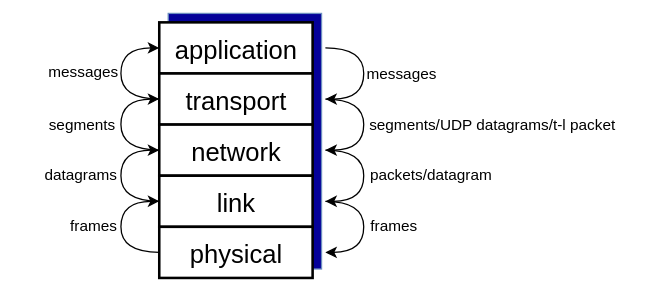
This is content/file/media public/internetProtocolStack.svg from learningDane/uninotes, a draw.io export, as it was before one commit. Source tidied: cells renumbered, new cells last; positions are measured from the earlier drawing's top-left corner, leaving out a move shared by most shapes.
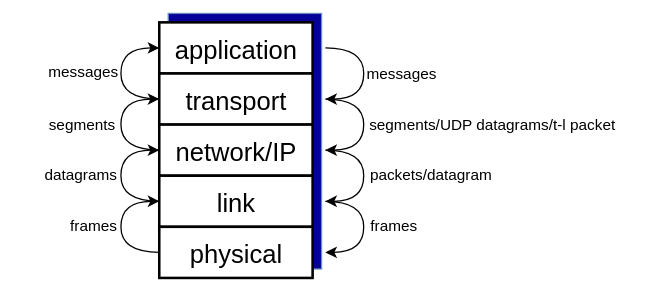
The same diagram one commit later.

The edit, as a diff of the source:
```diff
@@ -11,7 +11,7 @@
     <mxCell id="4" value="transport" style="rounded=0;whiteSpace=wrap;html=1;strokeWidth=2;fontSize=20;" parent="1" vertex="1">
       <mxGeometry x="102" y="47" width="120" height="40" as="geometry" />
     </mxCell>
-    <mxCell id="5" value="network" style="rounded=0;whiteSpace=wrap;html=1;strokeWidth=2;fontSize=20;" parent="1" vertex="1">
+    <mxCell id="5" value="network/IP" style="rounded=0;whiteSpace=wrap;html=1;strokeWidth=2;fontSize=20;" parent="1" vertex="1">
       <mxGeometry x="102" y="87" width="120" height="40" as="geometry" />
     </mxCell>
     <mxCell id="6" value="link" style="rounded=0;whiteSpace=wrap;html=1;strokeWidth=2;fontSize=20;" parent="1" vertex="1">
```
